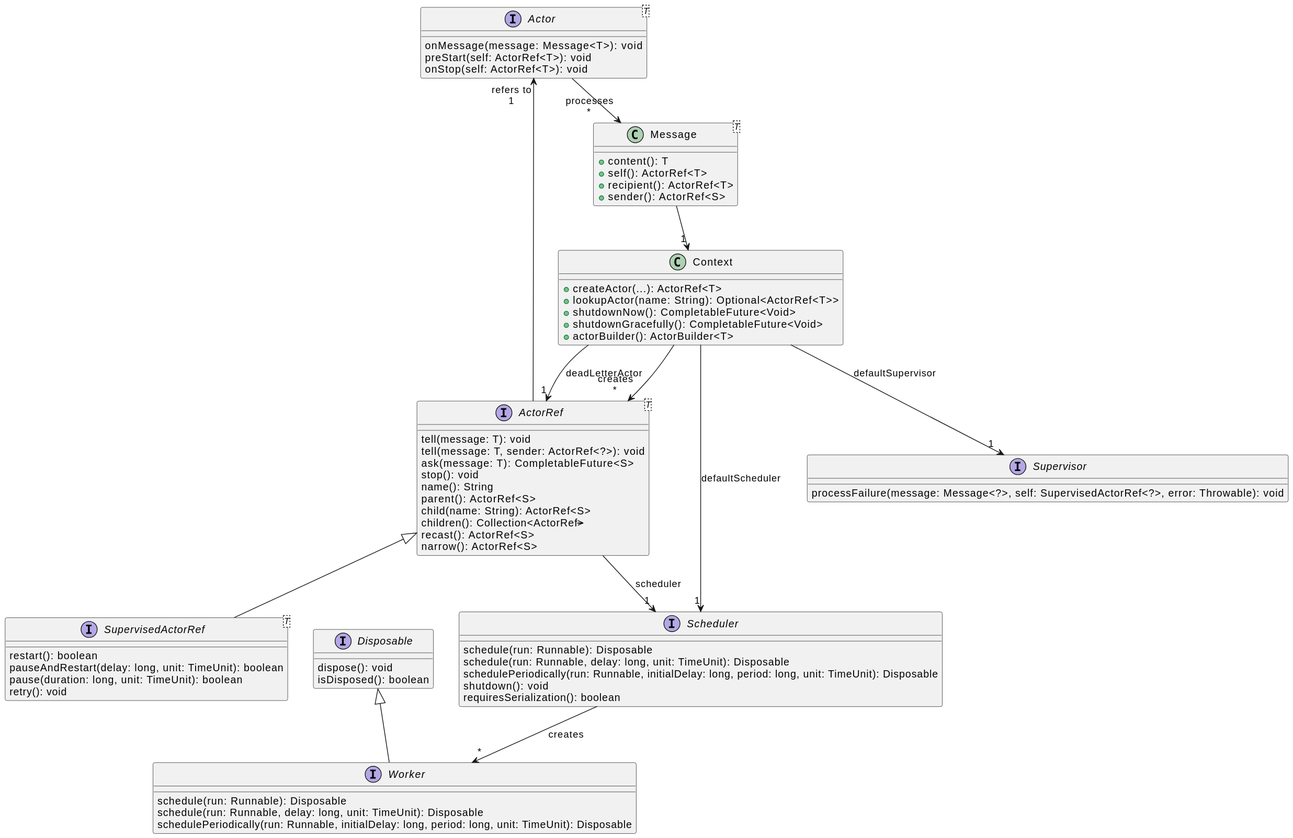
Before: src/docs/class-diagram.svg, a diagram exported from PlantUML (davidmoten/reels).
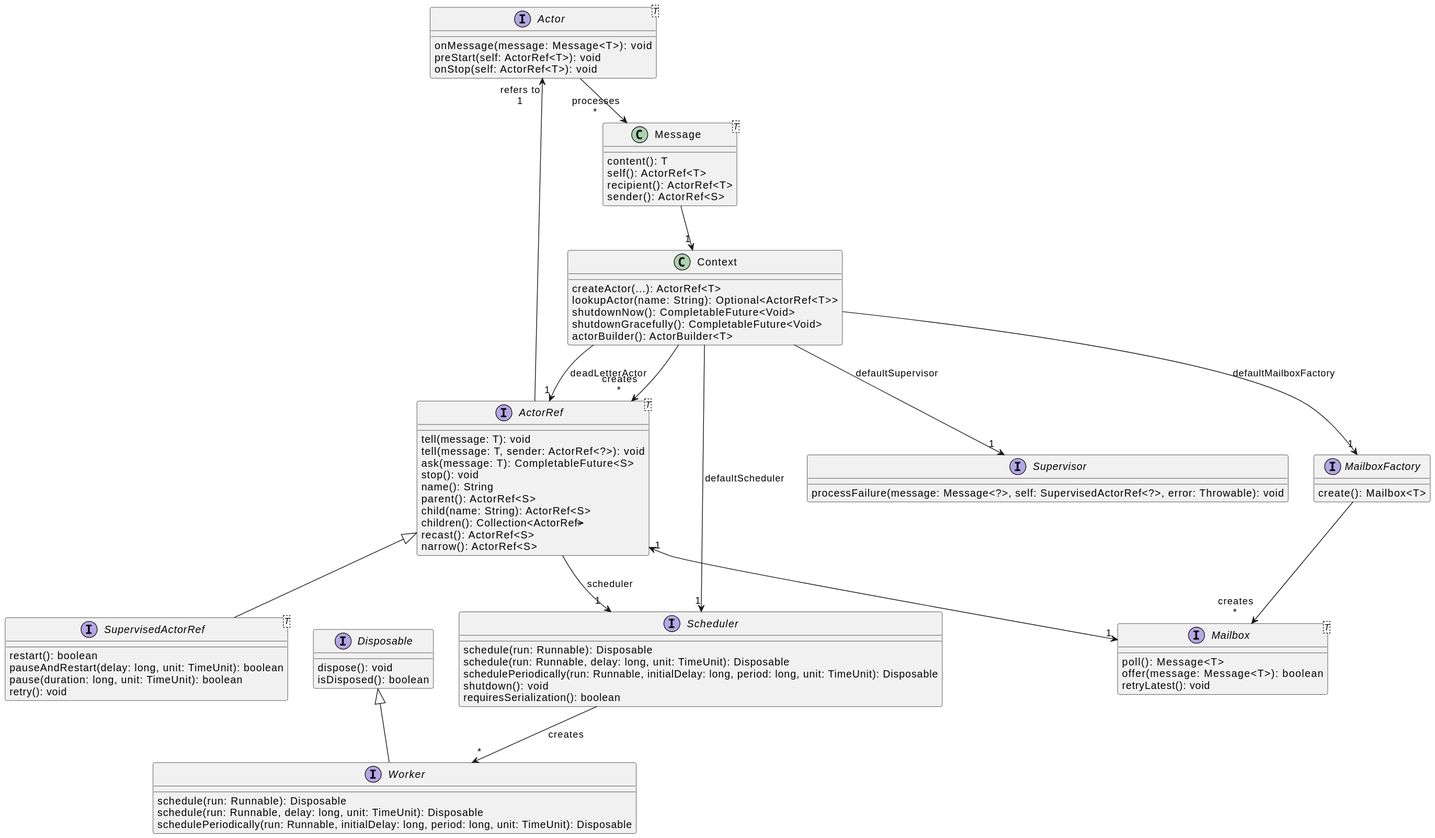
The same diagram one commit later.

Diff of the diagram source:
```diff
@@ -1,4 +1,6 @@
 @startuml
+top to bottom direction
+
 interface "Actor<T>" as Actor_T_ [[java:com.github.davidmoten.reels.Actor]] {
     onMessage(message: Message<T>): void
     preStart(self: ActorRef<T>): void
@@ -19,25 +21,39 @@
 Context --> "creates\n*" ActorRef_T_
 ActorRef_T_ --> "1" Scheduler : scheduler
 class Context [[java:com.github.davidmoten.reels.Context]] {
-    +createActor(...): ActorRef<T>
-    +lookupActor(name: String): Optional<ActorRef<T>>
-    +shutdownNow(): CompletableFuture<Void>
-    +shutdownGracefully(): CompletableFuture<Void>
-    +actorBuilder(): ActorBuilder<T>
+    createActor(...): ActorRef<T>
+    lookupActor(name: String): Optional<ActorRef<T>>
+    shutdownNow(): CompletableFuture<Void>
+    shutdownGracefully(): CompletableFuture<Void>
+    actorBuilder(): ActorBuilder<T>
 }
 Context --> "1" Supervisor : defaultSupervisor
 Context --> "1" Scheduler : defaultScheduler
 Context --> "1" ActorRef_T_ : deadLetterActor
+Context --> "1" MailboxFactory: defaultMailboxFactory
+
+interface "Mailbox<T>" as Mailbox_T_ {
+    poll(): Message<T>
+    offer(message: Message<T>): boolean
+    retryLatest(): void
+}
+ActorRef_T_ "1" <--> "1" Mailbox_T_
+
+interface MailboxFactory {
+    create(): Mailbox<T>
+}
+
+MailboxFactory --> "creates\n*" Mailbox_T_
 
 interface Disposable [[java:com.github.davidmoten.reels.Disposable]] {
     dispose(): void
     isDisposed(): boolean
 }
 class "Message<T>" as Message_T_ [[java:com.github.davidmoten.reels.Message]] {
-    +content(): T
-    +self(): ActorRef<T>
-    +recipient(): ActorRef<T>
-    +sender(): ActorRef<S>
+    content(): T
+    self(): ActorRef<T>
+    recipient(): ActorRef<T>
+    sender(): ActorRef<S>
 }
 Message_T_ --> "1" Context
 interface Scheduler [[java:com.github.davidmoten.reels.Scheduler]] {
```
